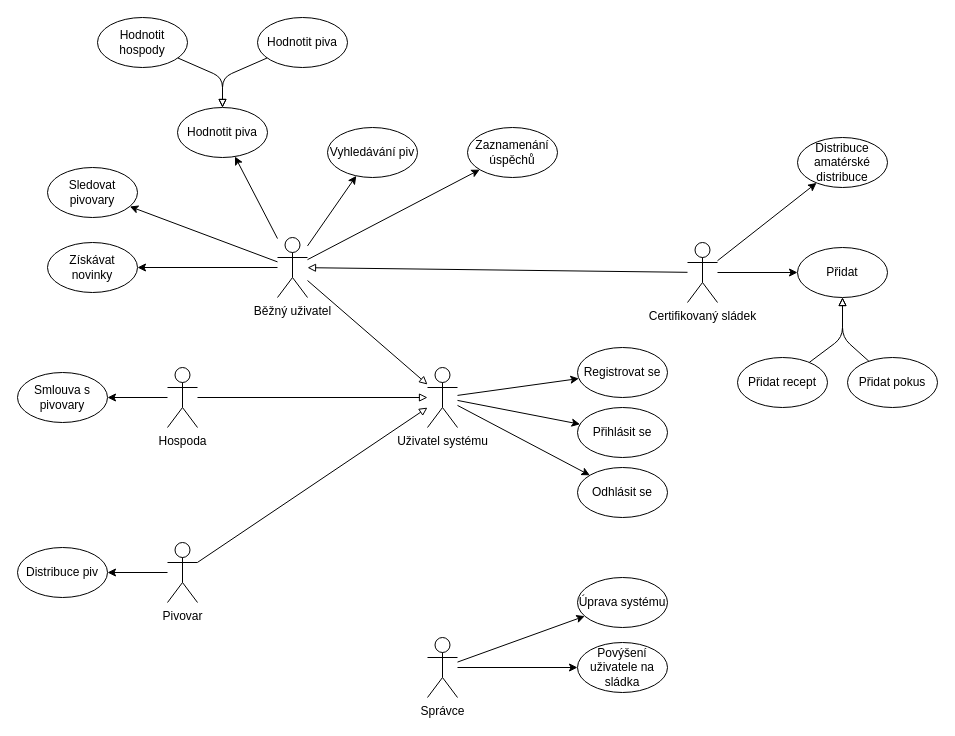
Above: IUS/IUS_projekt/UseCase.drawio in dan1235689/Diagrams (draw.io), before the change. Source tidied: cells renumbered, new cells numbered last; positions are measured from the earlier drawing's top-left corner, leaving out a move shared by most shapes. Both pictures are drawn from the tidied source at 100%, with x=0, y=0 at pixel (17, 17).
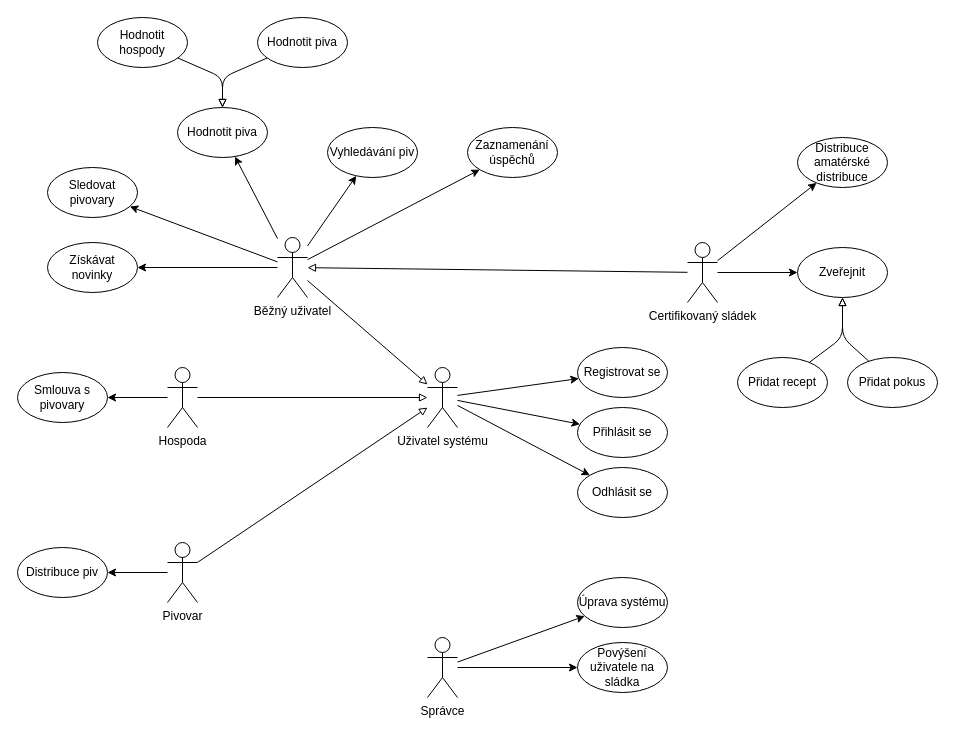
The same page after the edit.

Commit message (it also covers changes not shown here):
Sekvence nahrubo done

What changed in the source:
```diff
@@
-    <mxCell id="14" value="Přidat" style="ellipse;whiteSpace=wrap;html=1;" parent="1" vertex="1">
+    <mxCell id="14" value="Zveřejnit" style="ellipse;whiteSpace=wrap;html=1;" parent="1" vertex="1">
       <mxGeometry x="780" y="230" width="90" height="50" as="geometry" />
     </mxCell>
```
